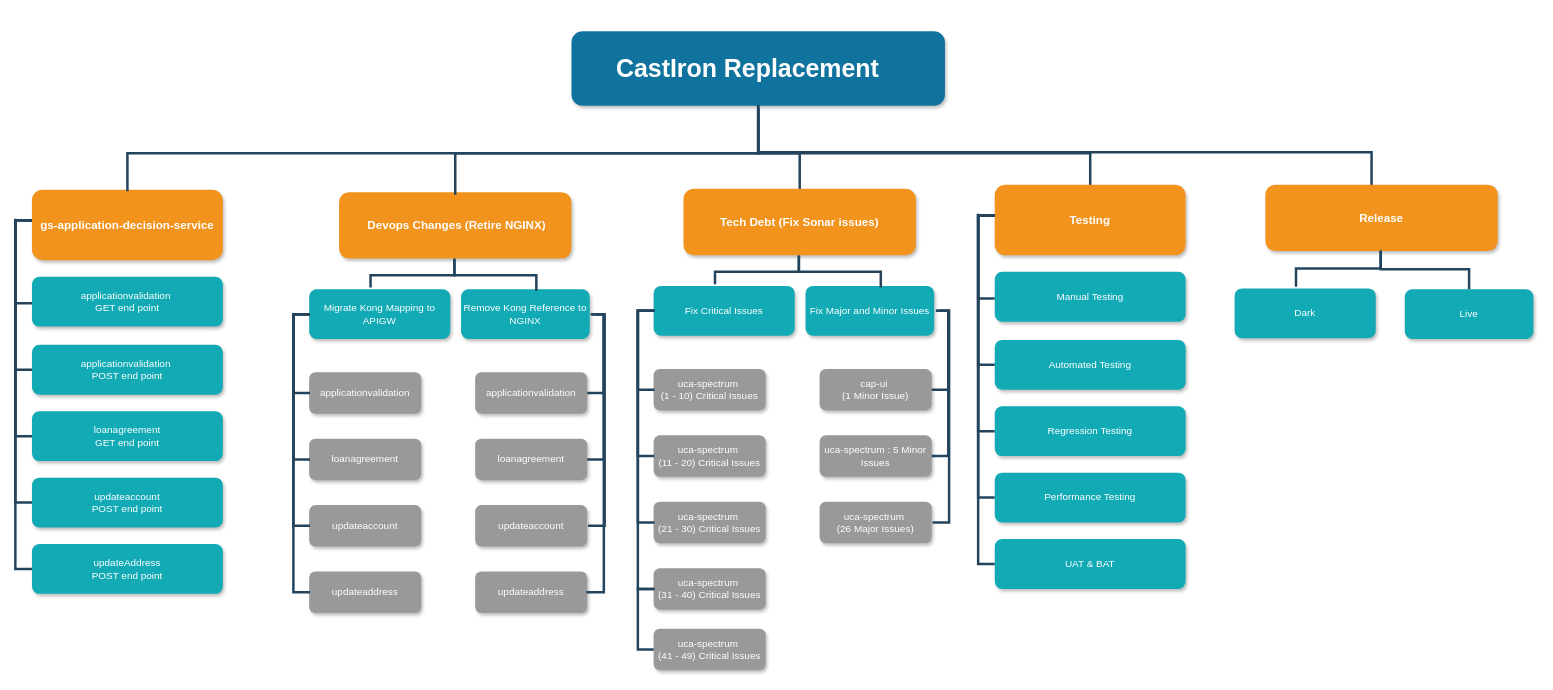
The draw.io diagram CI_WBS.drawio in yalankar/yalankar, before the edit. Source tidied: cells renumbered, new cells numbered last; positions are measured from the earlier drawing's top-left corner, leaving out a move shared by most shapes. Both pictures are drawn from the tidied source at 83%, with x=0, y=0 at pixel (15, 31).
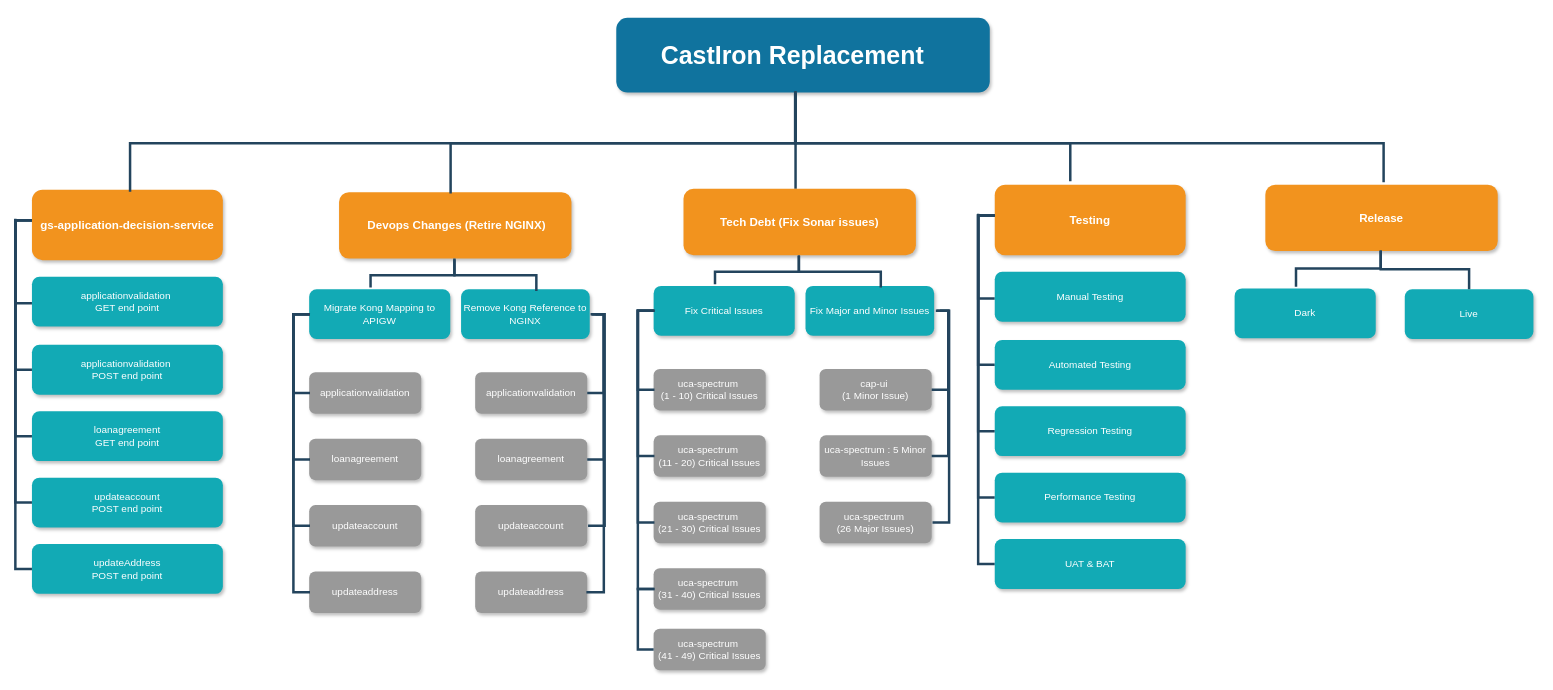
The same page after the edit.

The change refers to these unchanged cells:
```xml
<mxCell id="4" value=" Devops Changes (Retire NGINX)" style="whiteSpace=wrap;rounded=1;fillColor=#F2931E;strokeColor=none;shadow=1;fontColor=#FFFFFF;fontStyle=1;fontSize=14;" parent="1" vertex="1">
  <mxGeometry x="390" y="194" width="280" height="80" as="geometry" />
</mxCell>
```

Diff of the diagram source:
```diff
@@
     <mxCell id="2" value="CastIron Replacement   " style="whiteSpace=wrap;rounded=1;shadow=1;fillColor=#10739E;strokeColor=none;fontColor=#FFFFFF;fontStyle=1;fontSize=30;" parent="1" vertex="1">
-      <mxGeometry x="670" width="450" height="90" as="geometry" />
+      <mxGeometry x="724" y="-16" width="450" height="90" as="geometry" />
     </mxCell>
@@
-    <mxCell id="30" style="edgeStyle=elbowEdgeStyle;elbow=vertical;rounded=0;fontColor=#000000;endArrow=none;endFill=0;strokeWidth=3;strokeColor=#23445D;fontSize=11;jumpSize=6;entryX=0.5;entryY=0;entryDx=0;entryDy=0;" parent="1" edge="1">
+    <mxCell id="30" style="edgeStyle=elbowEdgeStyle;elbow=vertical;rounded=0;fontColor=#000000;endArrow=none;endFill=0;strokeWidth=3;strokeColor=#23445D;fontSize=11;jumpSize=6;entryX=0.514;entryY=0.006;entryDx=0;entryDy=0;entryPerimeter=0;" parent="1" edge="1">
       <mxGeometry relative="1" as="geometry">
-        <mxPoint x="895" y="100" as="sourcePoint" />
-        <mxPoint x="135" y="193" as="targetPoint" />
+        <mxPoint x="940" y="76" as="sourcePoint" />
+        <mxPoint x="138.2" y="193.5" as="targetPoint" />
       </mxGeometry>
     </mxCell>
-    <mxCell id="31" style="edgeStyle=elbowEdgeStyle;elbow=vertical;rounded=0;fontColor=#000000;endArrow=none;endFill=0;strokeWidth=3;strokeColor=#23445D;entryX=0.5;entryY=0;entryDx=0;entryDy=0;exitX=0.5;exitY=1;exitDx=0;exitDy=0;" parent="1" edge="1">
+    <mxCell id="31" style="edgeStyle=elbowEdgeStyle;elbow=vertical;rounded=0;fontColor=#000000;endArrow=none;endFill=0;strokeWidth=3;strokeColor=#23445D;entryX=0.48;entryY=0.022;entryDx=0;entryDy=0;entryPerimeter=0;exitX=0.479;exitY=0.986;exitDx=0;exitDy=0;exitPerimeter=0;" parent="1" edge="1" source="2" target="4">
       <mxGeometry relative="1" as="geometry">
-        <mxPoint x="895" y="89" as="sourcePoint" />
-        <mxPoint x="530" y="197" as="targetPoint" />
         <Array as="points">
-          <mxPoint x="530" y="147" />
+          <mxPoint x="586" y="135" />
         </Array>
       </mxGeometry>
     </mxCell>
-    <mxCell id="32" style="edgeStyle=elbowEdgeStyle;elbow=vertical;rounded=0;fontColor=#000000;endArrow=none;endFill=0;strokeWidth=3;strokeColor=#23445D;entryX=0.5;entryY=0;entryDx=0;entryDy=0;exitX=0.5;exitY=1;exitDx=0;exitDy=0;" parent="1" edge="1">
+    <mxCell id="32" style="edgeStyle=elbowEdgeStyle;elbow=vertical;rounded=0;fontColor=#000000;endArrow=none;endFill=0;strokeWidth=3;strokeColor=#23445D;entryX=0.5;entryY=0;entryDx=0;entryDy=0;" parent="1" edge="1">
       <mxGeometry relative="1" as="geometry">
-        <mxPoint x="895" y="92" as="sourcePoint" />
-        <mxPoint x="945" y="197" as="targetPoint" />
+        <mxPoint x="940" y="74" as="sourcePoint" />
+        <mxPoint x="940" y="190" as="targetPoint" />
         <Array as="points">
-          <mxPoint x="1030" y="147" />
+          <mxPoint x="1081" y="139" />
         </Array>
       </mxGeometry>
     </mxCell>
-    <mxCell id="33" style="edgeStyle=elbowEdgeStyle;elbow=vertical;rounded=0;fontColor=#000000;endArrow=none;endFill=0;strokeWidth=3;strokeColor=#23445D;entryX=0.5;entryY=0;entryDx=0;entryDy=0;fontStyle=1;exitX=0.5;exitY=1;exitDx=0;exitDy=0;" parent="1" edge="1">
+    <mxCell id="33" style="edgeStyle=elbowEdgeStyle;elbow=vertical;rounded=0;fontColor=#000000;endArrow=none;endFill=0;strokeWidth=3;strokeColor=#23445D;fontStyle=1;" parent="1" edge="1">
       <mxGeometry relative="1" as="geometry">
-        <mxPoint x="895" y="92" as="sourcePoint" />
-        <mxPoint x="1295" y="193" as="targetPoint" />
+        <mxPoint x="940" y="72" as="sourcePoint" />
+        <mxPoint x="1271" y="181" as="targetPoint" />
         <Array as="points">
-          <mxPoint x="1210" y="147" />
+          <mxPoint x="1271" y="135" />
         </Array>
       </mxGeometry>
     </mxCell>
@@
-    <mxCell id="71" style="edgeStyle=elbowEdgeStyle;elbow=vertical;rounded=0;fontColor=#000000;endArrow=none;endFill=0;strokeWidth=3;strokeColor=#23445D;entryX=0.5;entryY=0;entryDx=0;entryDy=0;exitX=0.5;exitY=1;exitDx=0;exitDy=0;" parent="1" edge="1">
+    <mxCell id="71" style="edgeStyle=elbowEdgeStyle;elbow=vertical;rounded=0;fontColor=#000000;endArrow=none;endFill=0;strokeWidth=3;strokeColor=#23445D;entryX=0.5;entryY=0;entryDx=0;entryDy=0;entryPerimeter=0;exitX=0.479;exitY=1.015;exitDx=0;exitDy=0;exitPerimeter=0;" parent="1" edge="1" source="2">
       <mxGeometry relative="1" as="geometry">
-        <mxPoint x="895" y="90" as="sourcePoint" />
-        <mxPoint x="1634" y="190" as="targetPoint" />
+        <mxPoint x="1648.5" y="182" as="targetPoint" />
         <Array as="points">
-          <mxPoint x="1338" y="146" />
+          <mxPoint x="1396.5" y="135" />
         </Array>
       </mxGeometry>
     </mxCell>
```
